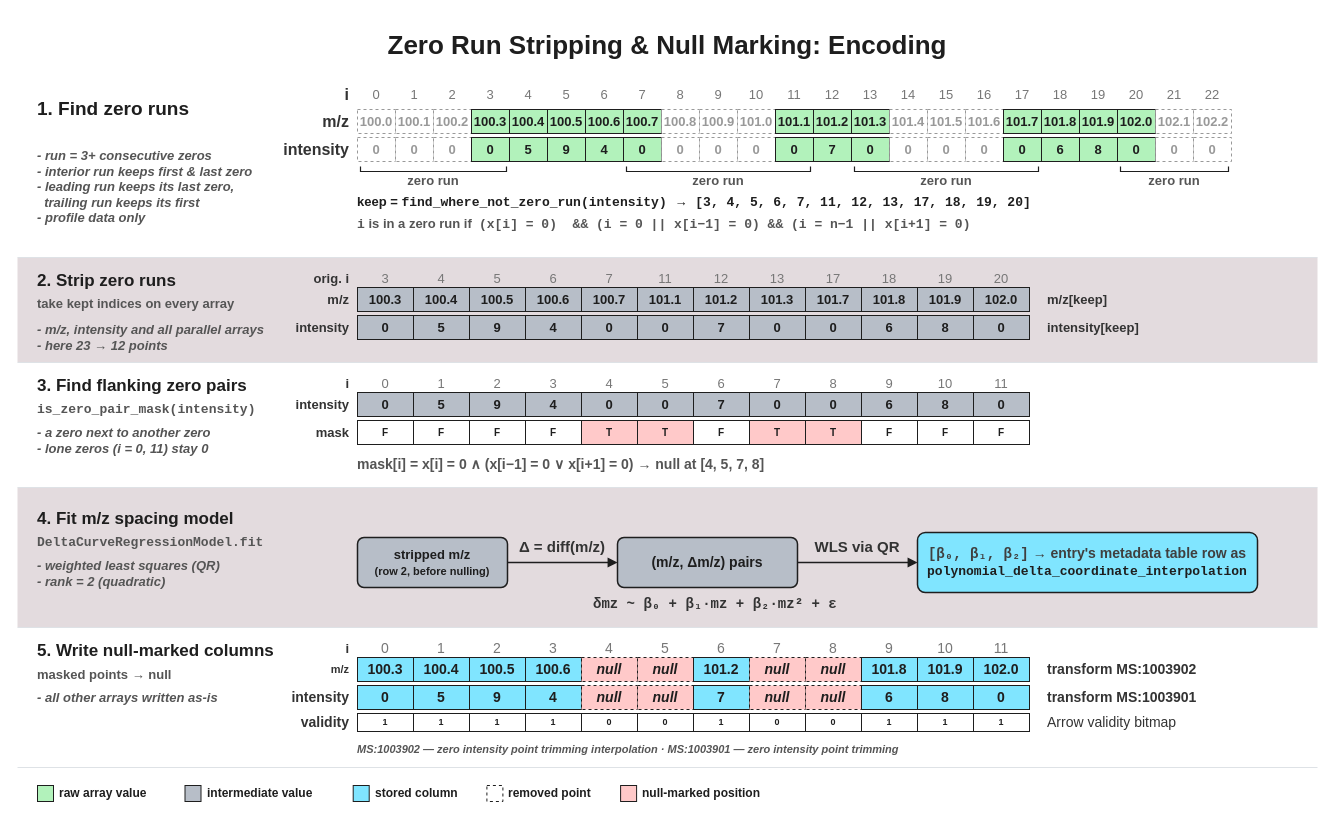
This is docs/assets/img/null_marking_encoding.drawio from HUPO-PSI/mzPeak-specification, a draw.io file, before an edit. Source tidied: cells renumbered, new cells numbered last; positions are measured from the earlier drawing's top-left corner, leaving out a move shared by most shapes. Both pictures are drawn from the tidied source at 100%, with x=0, y=0 at pixel (17, 17).
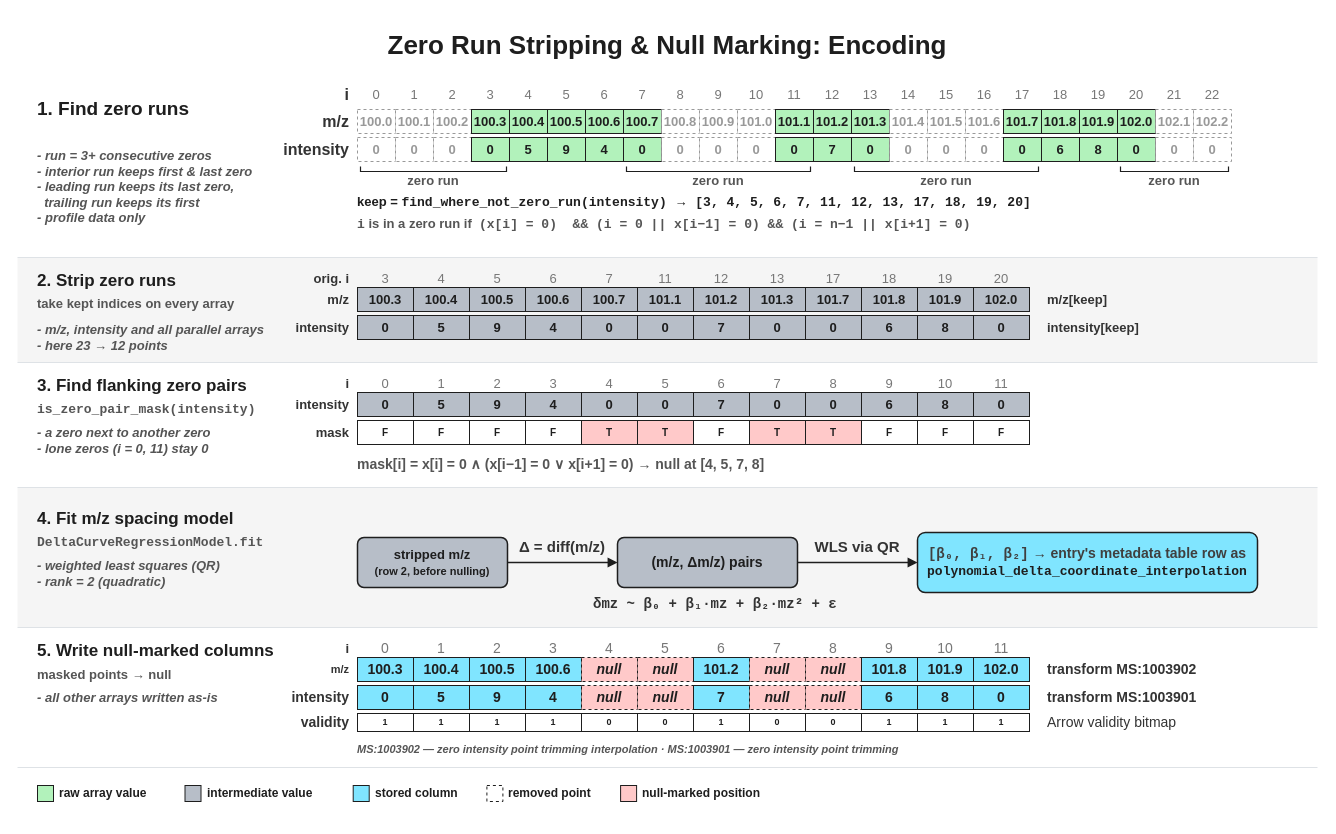
The same diagram, later.

The edit, as a diff of the source:
```diff
@@
-    <mxCell id="4" style="rounded=0;whiteSpace=wrap;html=1;fillColor=#e3dbde;strokeColor=none;fontFamily=Helvetica;" parent="1" vertex="1">
+    <mxCell id="4" style="rounded=0;whiteSpace=wrap;html=1;fillColor=#F5F5F5;strokeColor=none;fontFamily=Helvetica;" parent="1" vertex="1">
       <mxGeometry y="240" width="1300" height="105" as="geometry" />
     </mxCell>
@@
-    <mxCell id="6" style="rounded=0;whiteSpace=wrap;html=1;fillColor=#e3dbde;strokeColor=none;fontFamily=Helvetica;" parent="1" vertex="1">
+    <mxCell id="6" style="rounded=0;whiteSpace=wrap;html=1;fillColor=#F5F5F5;strokeColor=none;fontFamily=Helvetica;" parent="1" vertex="1">
       <mxGeometry y="470" width="1300" height="140" as="geometry" />
     </mxCell>
@@
     <mxCell id="210" value="m/z[keep]" style="text;html=1;whiteSpace=wrap;align=left;verticalAlign=middle;fontStyle=1;fontSize=13;fontFamily=Helvetica;fontColor=#333333;spacing=0;" parent="1" vertex="1">
-      <mxGeometry x="1030" y="270" width="250" height="24" as="geometry" />
+      <mxGeometry x="1030" y="270" width="103.5" height="24" as="geometry" />
     </mxCell>
     <mxCell id="211" value="intensity[keep]" style="text;html=1;whiteSpace=wrap;align=left;verticalAlign=middle;fontStyle=1;fontSize=13;fontFamily=Helvetica;fontColor=#333333;spacing=0;" parent="1" vertex="1">
-      <mxGeometry x="1030" y="298" width="250" height="24" as="geometry" />
+      <mxGeometry x="1030" y="298" width="103.5" height="24" as="geometry" />
     </mxCell>
```
